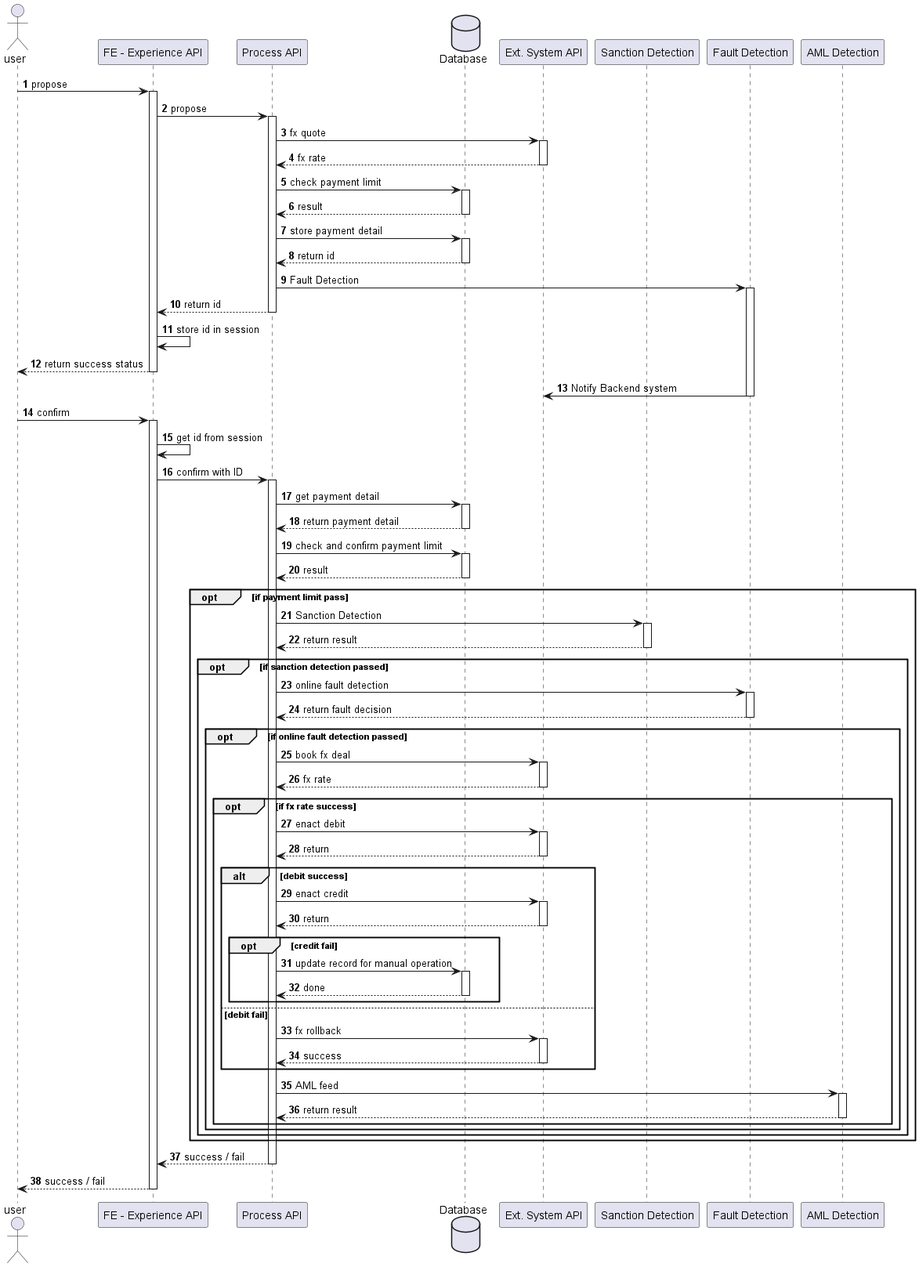
This is seqDiagram/Payment.png from cmkam/architecture, a PlantUML export, as it was before one commit. The source it was exported from:
```plantuml
@startuml

autonumber

actor user as u
participant "FE - Experience API" as eapi
participant "Process API" as papi
database Database as db

participant "Ext. System API" as sapi
participant "Sanction Detection" as sd
participant "Fault Detection" as fd
participant "AML Detection" as aml



u->eapi++ : propose
eapi->papi++ : propose
papi->sapi++ : fx quote
return fx rate
papi->db++ : check payment limit
return result
papi->db++ : store payment detail
returnreturn id
papi->fd++ : Fault Detection
papi-->eapi-- : return id

eapi->eapi : store id in session
eapi-->u-- : return success status
fd->sapi-- : Notify Backend system

u->eapi++ : confirm
eapi->eapi: get id from session
eapi->papi++: confirm with ID
papi->db++ : get payment detail
db-->papi-- : return payment detail
papi->db++ : check and confirm payment limit
return result
opt if payment limit pass
papi->sd++ : Sanction Detection
sd-->papi-- : return result
opt if sanction detection passed
papi->fd++ : online fault detection
fd-->papi-- : return fault decision
opt if online fault detection passed
    papi->sapi++: book fx deal
    return fx rate

    opt if fx rate success
    papi->sapi++: enact debit
    sapi-->papi--: return


    alt debit success
    papi->sapi++: enact credit
    sapi-->papi--: return

    opt credit fail
        papi->db++ : update record for manual operation
        return done
    end

    else debit fail
        papi->sapi++ : fx rollback
        return success
    end alt

    papi->aml++ : AML feed
    return return result

    end opt
end opt
end opt
end opt
return success / fail
return success / fail

@enduml
```
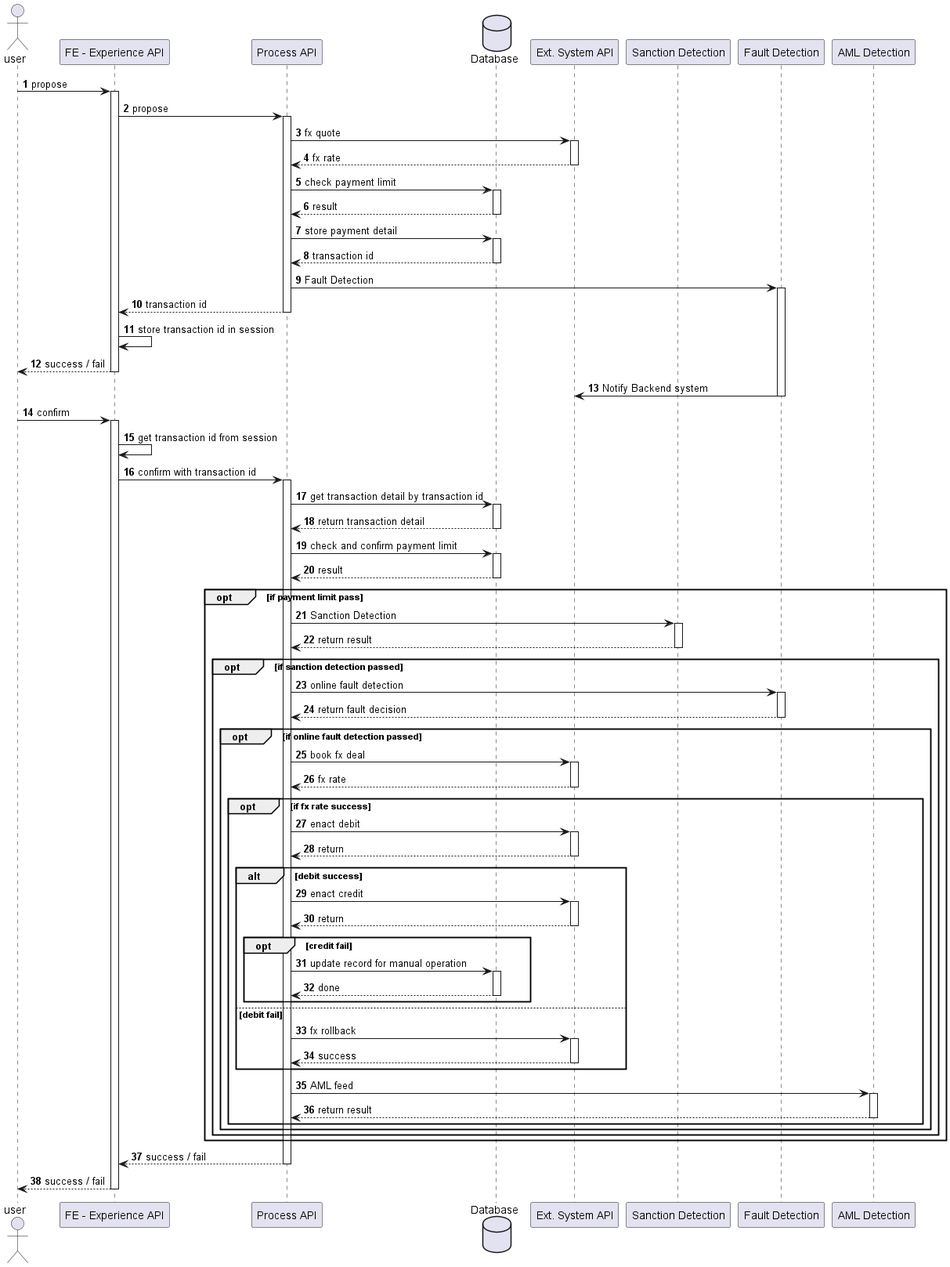
Later version of the same file.

Commit message:
update payment seq diagram

Diff of the diagram source:
```diff
@@ -21,19 +21,22 @@
 papi->db++ : check payment limit
 return result
 papi->db++ : store payment detail
-returnreturn id
+return transaction id
+
 papi->fd++ : Fault Detection
-papi-->eapi-- : return id
+papi-->eapi-- : transaction id
 
-eapi->eapi : store id in session
-eapi-->u-- : return success status
+eapi->eapi : store transaction id in session
+
+eapi-->u-- : success / fail
+
 fd->sapi-- : Notify Backend system
 
 u->eapi++ : confirm
-eapi->eapi: get id from session
-eapi->papi++: confirm with ID
-papi->db++ : get payment detail
-db-->papi-- : return payment detail
+eapi->eapi: get transaction id from session
+eapi->papi++: confirm with transaction id
+papi->db++ : get transaction detail by transaction id
+db-->papi-- : return transaction detail
 papi->db++ : check and confirm payment limit
 return result
 opt if payment limit pass
```
